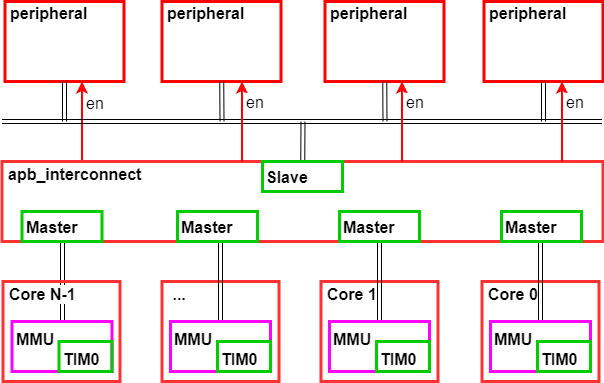
The draw.io diagram docs/img/interconnold.png in bendl/vmicro16, before a commit. Source tidied: cells renumbered, new cells last; positions are measured from the earlier drawing's top-left corner, leaving out a move shared by most shapes.
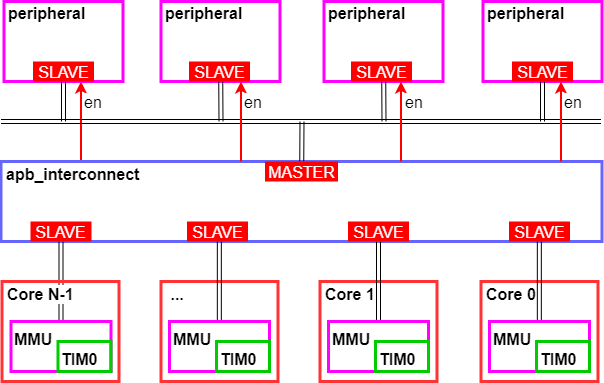
After the change.

Commit message:
report: interconnect drawing

What changed in the source:
```diff
@@ -26,19 +26,19 @@
         <mxPoint x="10.5" y="-2" as="offset" />
       </mxGeometry>
     </mxCell>
-    <mxCell id="7" value="apb_interconnect" style="rounded=0;whiteSpace=wrap;html=1;strokeColor=#FF3333;strokeWidth=3;fillColor=none;fontSize=16;align=left;fontStyle=1;verticalAlign=top;fontFamily=Helvetica;spacing=4;spacingTop=-7;" parent="1" vertex="1">
+    <mxCell id="7" value="apb_interconnect" style="rounded=0;whiteSpace=wrap;html=1;strokeColor=#6666FF;strokeWidth=3;fillColor=none;fontSize=16;align=left;fontStyle=1;verticalAlign=top;fontFamily=Helvetica;spacing=4;spacingTop=-7;" parent="1" vertex="1">
       <mxGeometry x="-0.5" y="160" width="601" height="80" as="geometry" />
     </mxCell>
-    <mxCell id="8" value="peripheral" style="rounded=0;whiteSpace=wrap;html=1;strokeColor=#FF0000;strokeWidth=3;fillColor=none;fontSize=16;align=left;fontStyle=1;verticalAlign=top;fontFamily=Helvetica;spacing=3;spacingTop=-7;" parent="1" vertex="1">
+    <mxCell id="8" value="peripheral" style="rounded=0;whiteSpace=wrap;html=1;strokeColor=#FF00FF;strokeWidth=3;fillColor=none;fontSize=16;align=left;fontStyle=1;verticalAlign=top;fontFamily=Helvetica;spacing=3;spacingTop=-7;" parent="1" vertex="1">
       <mxGeometry x="2.5" width="119" height="80" as="geometry" />
     </mxCell>
-    <mxCell id="9" value="peripheral" style="rounded=0;whiteSpace=wrap;html=1;strokeColor=#FF0000;strokeWidth=3;fillColor=none;fontSize=16;align=left;fontStyle=1;verticalAlign=top;fontFamily=Helvetica;spacing=3;spacingTop=-7;" parent="1" vertex="1">
+    <mxCell id="9" value="peripheral" style="rounded=0;whiteSpace=wrap;html=1;strokeColor=#FF00FF;strokeWidth=3;fillColor=none;fontSize=16;align=left;fontStyle=1;verticalAlign=top;fontFamily=Helvetica;spacing=3;spacingTop=-7;" parent="1" vertex="1">
       <mxGeometry x="159.5" width="119" height="80" as="geometry" />
     </mxCell>
-    <mxCell id="10" value="peripheral" style="rounded=0;whiteSpace=wrap;html=1;strokeColor=#FF0000;strokeWidth=3;fillColor=none;fontSize=16;align=left;fontStyle=1;verticalAlign=top;fontFamily=Helvetica;spacing=3;spacingTop=-7;" parent="1" vertex="1">
+    <mxCell id="10" value="peripheral" style="rounded=0;whiteSpace=wrap;html=1;strokeColor=#FF00FF;strokeWidth=3;fillColor=none;fontSize=16;align=left;fontStyle=1;verticalAlign=top;fontFamily=Helvetica;spacing=3;spacingTop=-7;" parent="1" vertex="1">
       <mxGeometry x="322.5" width="119" height="80" as="geometry" />
     </mxCell>
-    <mxCell id="11" value="peripheral" style="rounded=0;whiteSpace=wrap;html=1;strokeColor=#FF0000;strokeWidth=3;fillColor=none;fontSize=16;align=left;fontStyle=1;verticalAlign=top;fontFamily=Helvetica;spacing=3;spacingTop=-7;" parent="1" vertex="1">
+    <mxCell id="11" value="peripheral" style="rounded=0;whiteSpace=wrap;html=1;strokeColor=#FF00FF;strokeWidth=3;fillColor=none;fontSize=16;align=left;fontStyle=1;verticalAlign=top;fontFamily=Helvetica;spacing=3;spacingTop=-7;" parent="1" vertex="1">
       <mxGeometry x="481.5" width="119" height="80" as="geometry" />
     </mxCell>
     <mxCell id="12" style="shape=link;html=1;fontSize=16;fontFamily=Helvetica;" parent="1" edge="1">
@@ -143,21 +143,6 @@
     <mxCell id="32" value="TIM0" style="rounded=0;whiteSpace=wrap;html=1;strokeColor=#00CC00;strokeWidth=3;fillColor=none;fontSize=16;align=left;fontStyle=1;verticalAlign=top;fontFamily=Helvetica;" parent="1" vertex="1">
       <mxGeometry x="535" y="340" width="53" height="30" as="geometry" />
     </mxCell>
-    <mxCell id="33" value="Master" style="rounded=0;whiteSpace=wrap;html=1;strokeColor=#00CC00;strokeWidth=3;fillColor=none;fontSize=16;align=left;fontStyle=1;fontFamily=Helvetica;" parent="1" vertex="1">
-      <mxGeometry x="19.5" y="210" width="80" height="30" as="geometry" />
-    </mxCell>
-    <mxCell id="34" value="Master" style="rounded=0;whiteSpace=wrap;html=1;strokeColor=#00CC00;strokeWidth=3;fillColor=none;fontSize=16;align=left;fontStyle=1;fontFamily=Helvetica;" parent="1" vertex="1">
-      <mxGeometry x="175" y="210" width="80" height="30" as="geometry" />
-    </mxCell>
-    <mxCell id="35" value="Master" style="rounded=0;whiteSpace=wrap;html=1;strokeColor=#00CC00;strokeWidth=3;fillColor=none;fontSize=16;align=left;fontStyle=1;fontFamily=Helvetica;" parent="1" vertex="1">
-      <mxGeometry x="337" y="210" width="80" height="30" as="geometry" />
-    </mxCell>
-    <mxCell id="36" value="Master" style="rounded=0;whiteSpace=wrap;html=1;strokeColor=#00CC00;strokeWidth=3;fillColor=none;fontSize=16;align=left;fontStyle=1;fontFamily=Helvetica;" parent="1" vertex="1">
-      <mxGeometry x="499" y="210" width="80" height="30" as="geometry" />
-    </mxCell>
-    <mxCell id="37" value="Slave" style="rounded=0;whiteSpace=wrap;html=1;strokeColor=#00CC00;strokeWidth=3;fillColor=none;fontSize=16;align=left;fontStyle=1;fontFamily=Helvetica;" parent="1" vertex="1">
-      <mxGeometry x="260" y="160" width="80" height="30" as="geometry" />
-    </mxCell>
     <mxCell id="38" value="MMU" style="rounded=0;whiteSpace=wrap;html=1;strokeColor=#FF00FF;strokeWidth=3;fillColor=none;fontSize=16;align=left;fontStyle=1;verticalAlign=top;fontFamily=Helvetica;" parent="1" vertex="1">
       <mxGeometry x="9.5" y="320" width="100" height="50" as="geometry" />
     </mxCell>
@@ -167,5 +152,32 @@
     <mxCell id="40" value="Core N-1" style="rounded=0;whiteSpace=wrap;html=1;strokeColor=#FF3333;strokeWidth=3;fillColor=none;fontSize=16;align=left;fontStyle=1;verticalAlign=top;fontFamily=Helvetica;labelBackgroundColor=#ffffff;spacing=4;spacingTop=-7;" parent="1" vertex="1">
       <mxGeometry x="0.5" y="280" width="117" height="100" as="geometry" />
     </mxCell>
+    <mxCell id="41" value="SLAVE" style="rounded=0;whiteSpace=wrap;html=1;strokeColor=none;strokeWidth=3;fillColor=#FF0000;fontSize=16;align=center;fontStyle=0;fontFamily=Helvetica;fontColor=#FFFFFF;" parent="1" vertex="1">
+      <mxGeometry x="510.5" y="60" width="61" height="20" as="geometry" />
+    </mxCell>
+    <mxCell id="42" value="SLAVE" style="rounded=0;whiteSpace=wrap;html=1;strokeColor=none;strokeWidth=3;fillColor=#FF0000;fontSize=16;align=center;fontStyle=0;fontFamily=Helvetica;fontColor=#FFFFFF;" parent="1" vertex="1">
+      <mxGeometry x="349.5" y="60" width="61" height="20" as="geometry" />
+    </mxCell>
+    <mxCell id="43" value="SLAVE" style="rounded=0;whiteSpace=wrap;html=1;strokeColor=none;strokeWidth=3;fillColor=#FF0000;fontSize=16;align=center;fontStyle=0;fontFamily=Helvetica;fontColor=#FFFFFF;" parent="1" vertex="1">
+      <mxGeometry x="187.5" y="60" width="61" height="20" as="geometry" />
+    </mxCell>
+    <mxCell id="44" value="SLAVE" style="rounded=0;whiteSpace=wrap;html=1;strokeColor=none;strokeWidth=3;fillColor=#FF0000;fontSize=16;align=center;fontStyle=0;fontFamily=Helvetica;fontColor=#FFFFFF;" parent="1" vertex="1">
+      <mxGeometry x="31.5" y="60" width="61" height="20" as="geometry" />
+    </mxCell>
+    <mxCell id="45" value="SLAVE" style="rounded=0;whiteSpace=wrap;html=1;strokeColor=none;strokeWidth=3;fillColor=#FF0000;fontSize=16;align=center;fontStyle=0;fontFamily=Helvetica;fontColor=#FFFFFF;" parent="1" vertex="1">
+      <mxGeometry x="507.5" y="220" width="61" height="20" as="geometry" />
+    </mxCell>
+    <mxCell id="46" value="SLAVE" style="rounded=0;whiteSpace=wrap;html=1;strokeColor=none;strokeWidth=3;fillColor=#FF0000;fontSize=16;align=center;fontStyle=0;fontFamily=Helvetica;fontColor=#FFFFFF;" parent="1" vertex="1">
+      <mxGeometry x="185.5" y="220" width="61" height="20" as="geometry" />
+    </mxCell>
+    <mxCell id="47" value="SLAVE" style="rounded=0;whiteSpace=wrap;html=1;strokeColor=none;strokeWidth=3;fillColor=#FF0000;fontSize=16;align=center;fontStyle=0;fontFamily=Helvetica;fontColor=#FFFFFF;" parent="1" vertex="1">
+      <mxGeometry x="346.5" y="220" width="61" height="20" as="geometry" />
+    </mxCell>
+    <mxCell id="48" value="SLAVE" style="rounded=0;whiteSpace=wrap;html=1;strokeColor=none;strokeWidth=3;fillColor=#FF0000;fontSize=16;align=center;fontStyle=0;fontFamily=Helvetica;fontColor=#FFFFFF;" parent="1" vertex="1">
+      <mxGeometry x="29" y="220" width="61" height="20" as="geometry" />
+    </mxCell>
+    <mxCell id="49" value="MASTER" style="rounded=0;whiteSpace=wrap;html=1;strokeColor=none;strokeWidth=3;fillColor=#FF0000;fontSize=16;align=center;fontStyle=0;fontFamily=Helvetica;fontColor=#FFFFFF;" parent="1" vertex="1">
+      <mxGeometry x="263.5" y="160" width="73" height="20" as="geometry" />
+    </mxCell>
   </root>
 </mxGraphModel>
```
